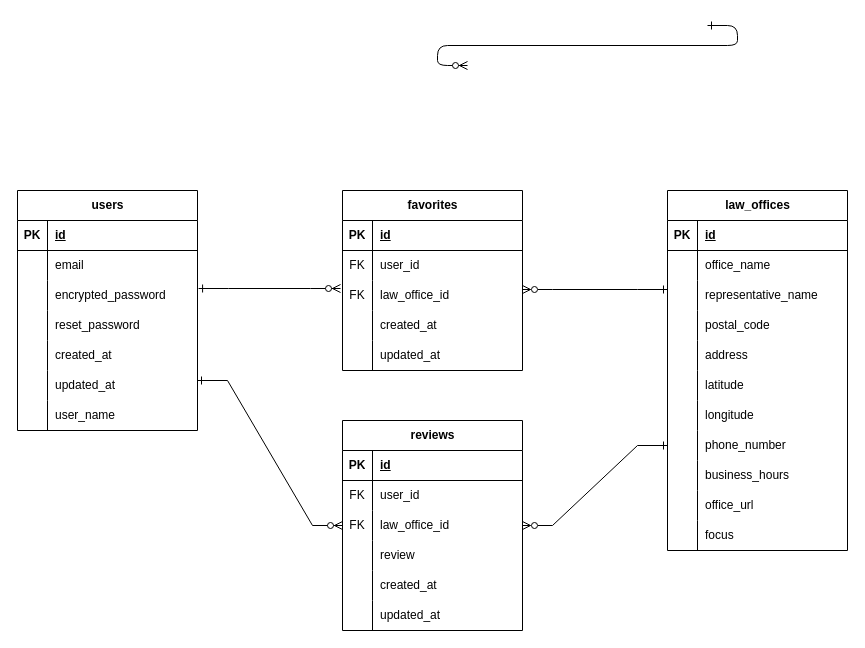
Above: law_office_search_ER.drawio in kawakami1995/law_office_search (draw.io), before the change. Source tidied: cells renumbered, new cells numbered last; positions are measured from the earlier drawing's top-left corner, leaving out a move shared by most shapes. Both pictures are drawn from the tidied source at 100%, with x=0, y=0 at pixel (17, 25).
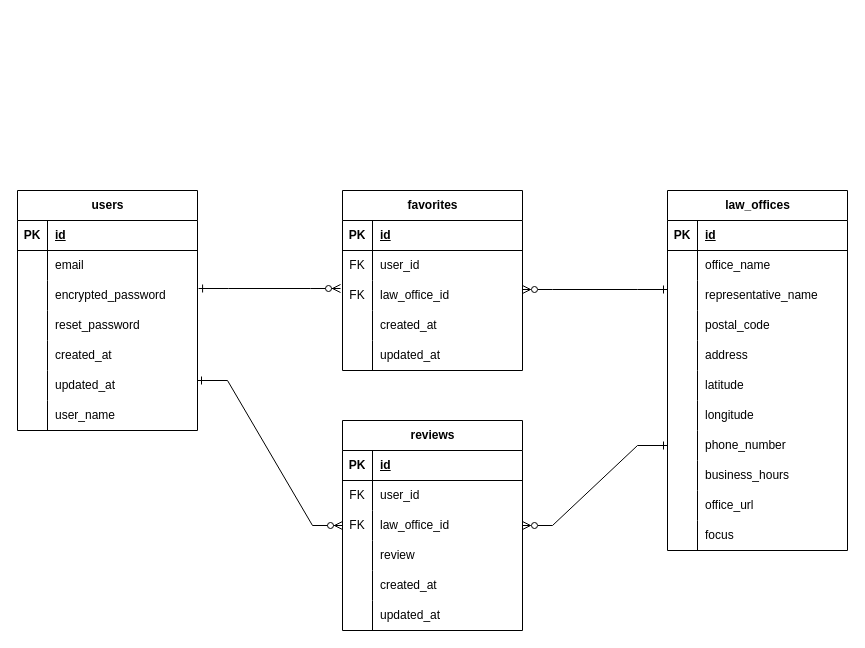
Above is the later version.

Commit message:
law_office_search_ER.drawio を更新します

Diff of the diagram source:
```diff
@@
-    <mxCell id="2" style="edgeStyle=entityRelationEdgeStyle;endArrow=ERzeroToMany;startArrow=ERone;endFill=1;startFill=0;" parent="1" edge="1">
-      <mxGeometry relative="1" as="geometry">
-        <mxPoint x="690" as="sourcePoint" />
-        <mxPoint x="450" y="40" as="targetPoint" />
-      </mxGeometry>
-    </mxCell>
```
